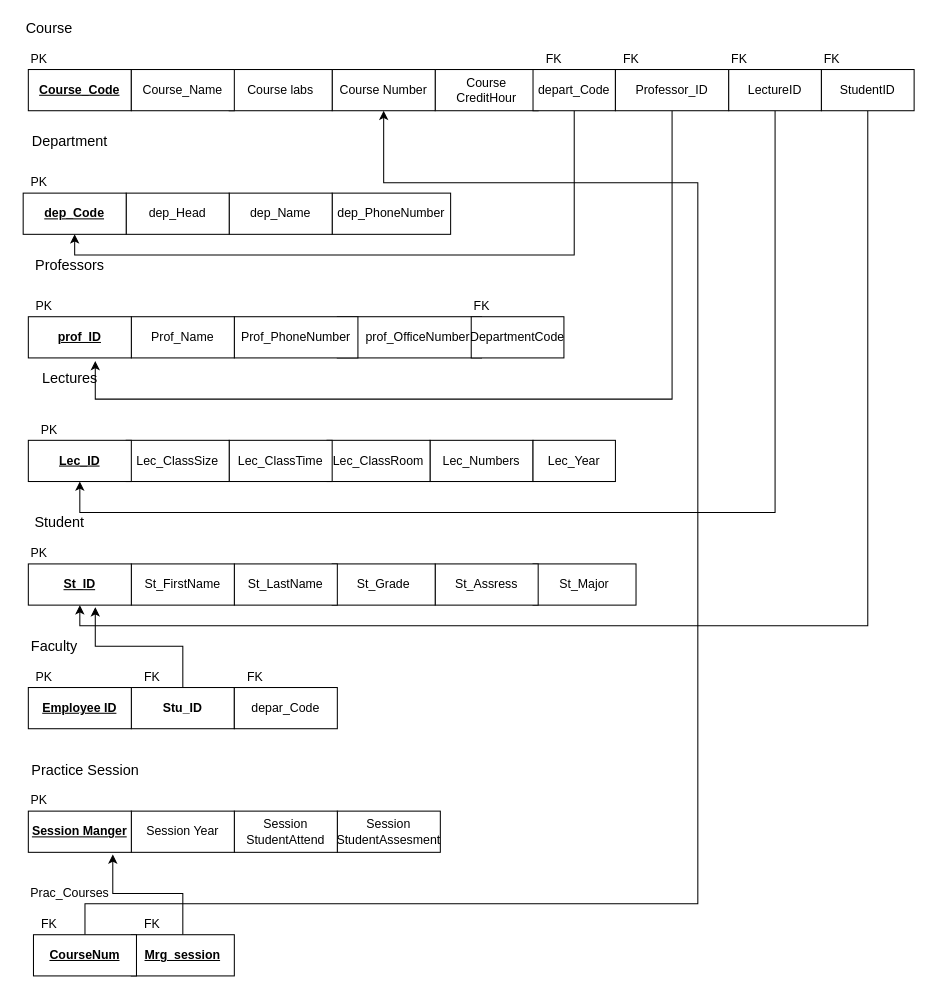
yassmiin/yasminproject keeps this draw.io diagram as Untitled Diagram.drawio. Above is the earlier version. Source tidied: cells renumbered, new cells numbered last; positions are measured from the earlier drawing's top-left corner, leaving out a move shared by most shapes. Both pictures are drawn from the tidied source at 103%, with x=0, y=0 at pixel (18, 18).
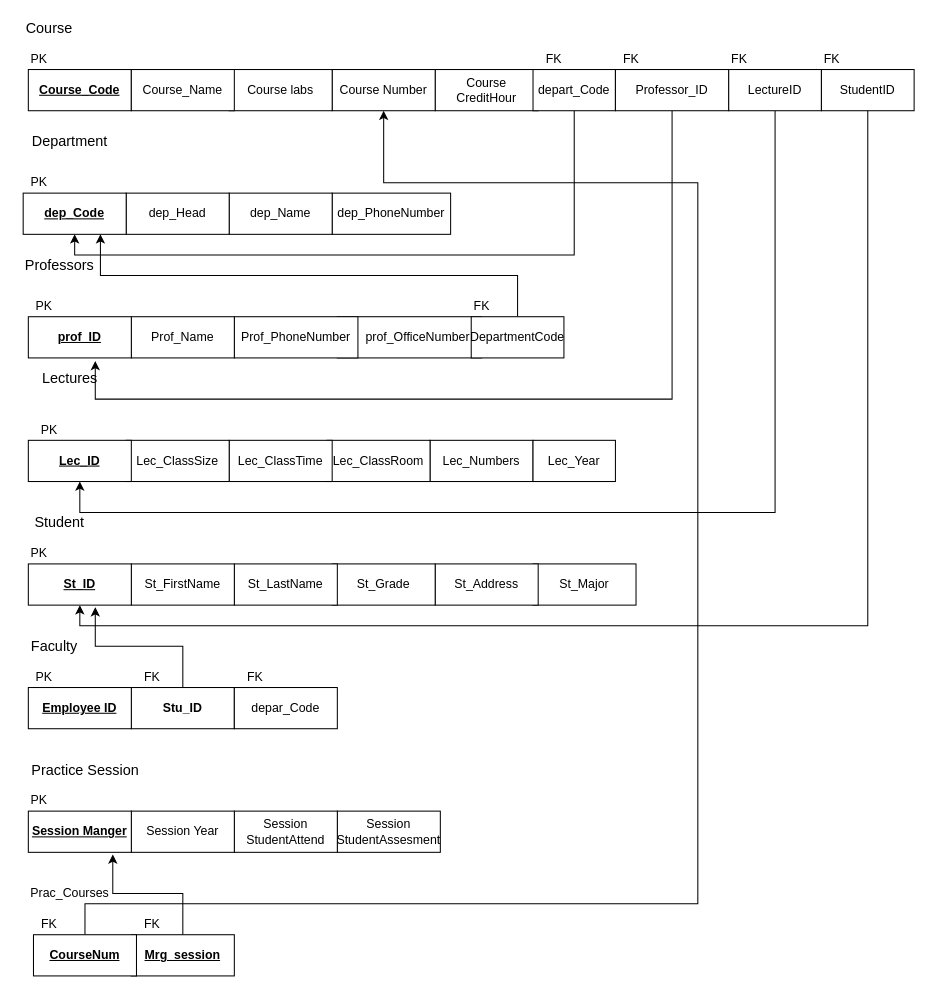
Above is the later version.

The change refers to these unchanged cells:
```xml
<mxCell id="12" value="&lt;b&gt;&lt;u&gt;dep_Code&lt;/u&gt;&lt;/b&gt;" style="whiteSpace=wrap;html=1;align=center;" parent="1" vertex="1">
  <mxGeometry x="5" y="170" width="100" height="40" as="geometry" />
</mxCell>
<mxCell id="60" value="DepartmentCode" style="whiteSpace=wrap;html=1;" parent="1" vertex="1">
  <mxGeometry x="440" y="290" width="90" height="40" as="geometry" />
</mxCell>
```

Change to the diagram source:
```diff
@@
     <mxCell id="13" value="&lt;font style=&quot;font-size: 14px&quot;&gt;Professors&lt;/font&gt;" style="text;html=1;align=center;verticalAlign=middle;strokeColor=none;" parent="1" vertex="1">
-      <mxGeometry x="10" y="230" width="80" height="20" as="geometry" />
+      <mxGeometry y="230" width="80" height="20" as="geometry" />
     </mxCell>
@@
-    <mxCell id="26" value="St_Assress" style="whiteSpace=wrap;html=1;align=center;" parent="1" vertex="1">
+    <mxCell id="26" value="St_Address" style="whiteSpace=wrap;html=1;align=center;" parent="1" vertex="1">
       <mxGeometry x="405" y="530" width="100" height="40" as="geometry" />
     </mxCell>
@@
+    <mxCell id="72" style="edgeStyle=orthogonalEdgeStyle;rounded=0;jettySize=auto;html=1;exitX=0.5;exitY=0;exitDx=0;exitDy=0;entryX=0.75;entryY=1;entryDx=0;entryDy=0;" parent="1" edge="1" source="60" target="12">
+      <mxGeometry relative="1" as="geometry" />
+    </mxCell>
```
